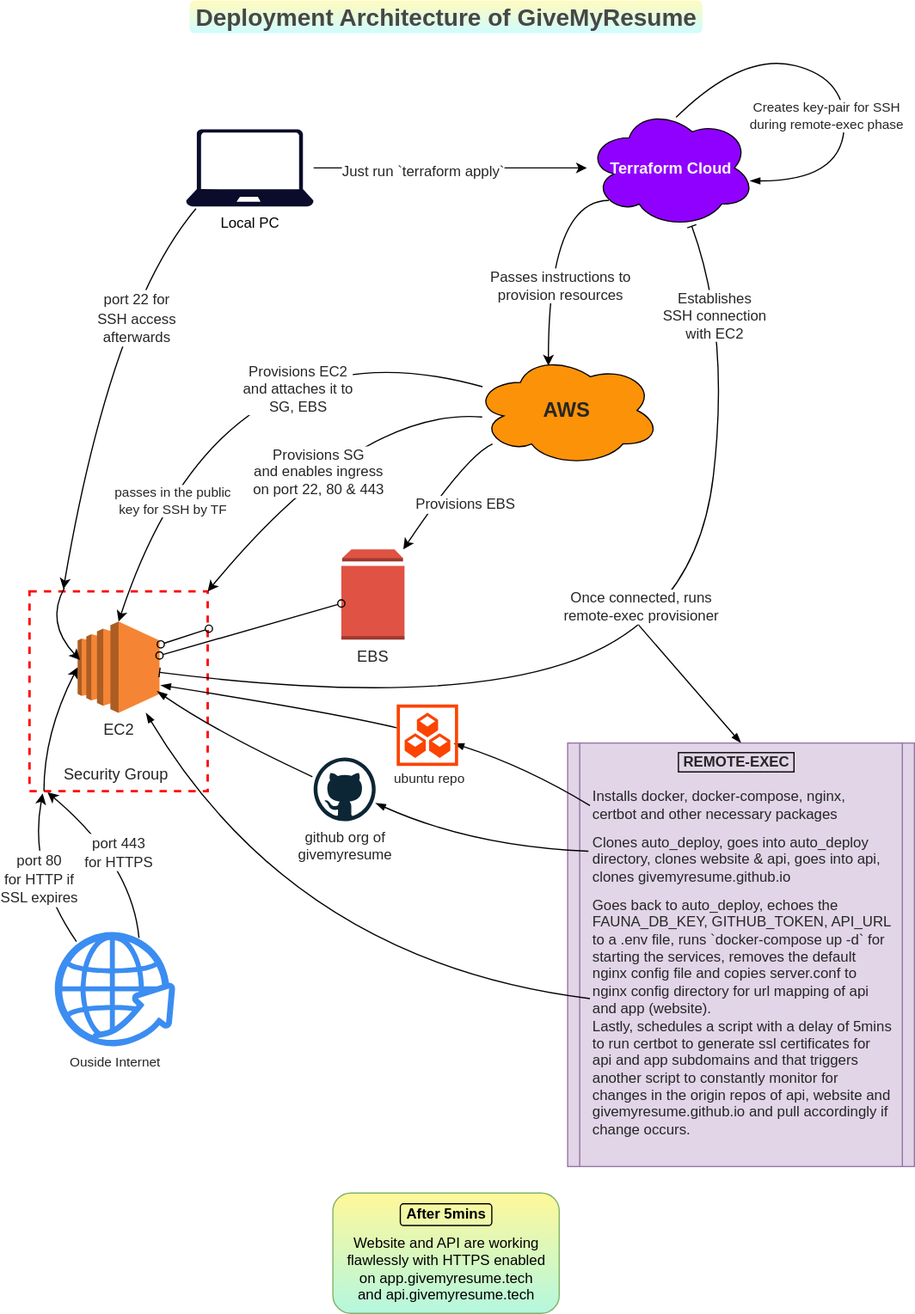
Earlier version of the draw.io export deployment-architecture.svg (givemyresume/doc). Source tidied: cells renumbered, new cells last; positions are measured from the earlier drawing's top-left corner, leaving out a move shared by most shapes.
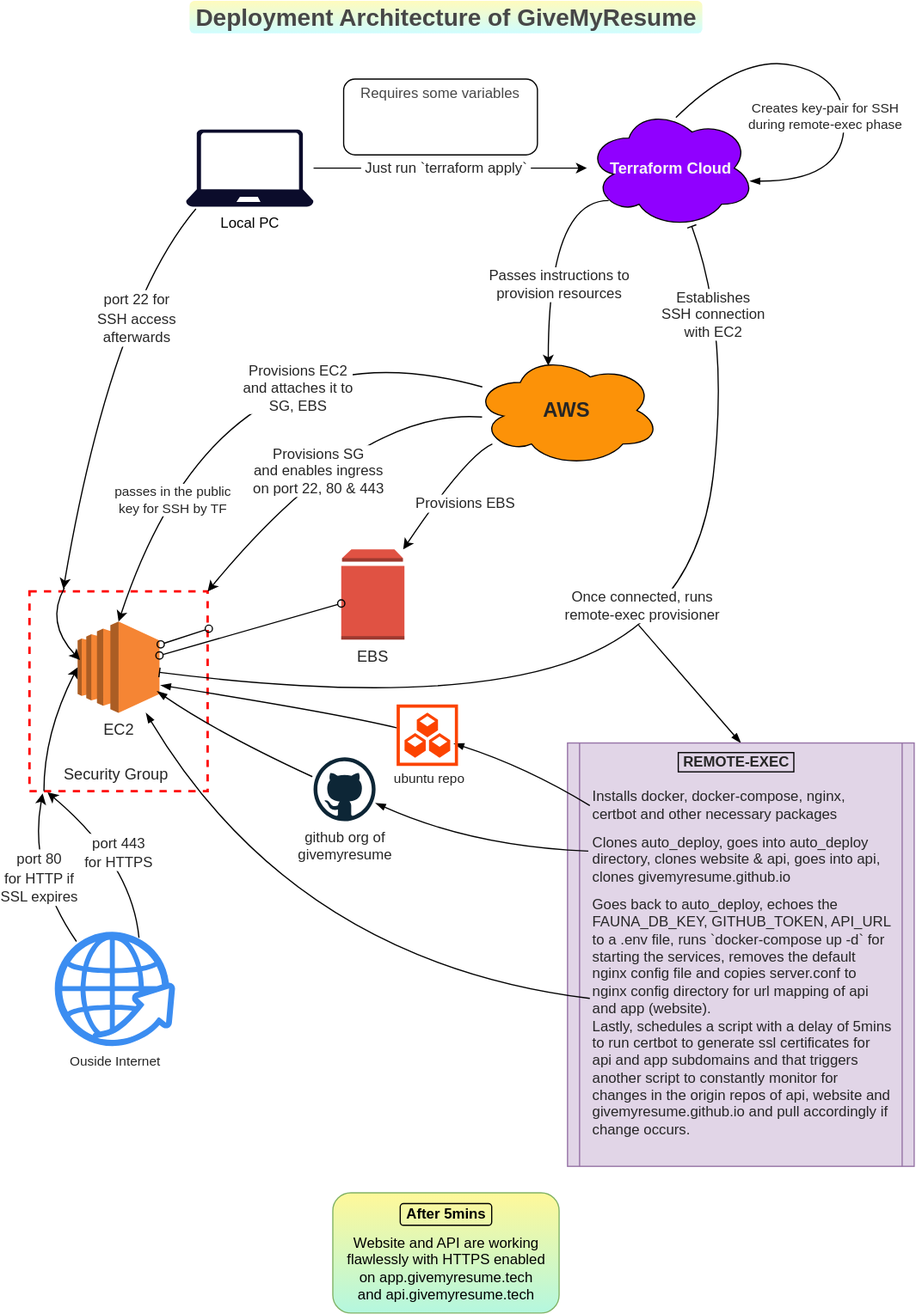
Later version of the same file.

What changed in the source:
```diff
@@ -43,8 +43,10 @@
     <mxCell id="10" style="edgeStyle=orthogonalEdgeStyle;jettySize=auto;html=1;strokeColor=default;curved=1;" parent="1" edge="1" source="12" target="21">
       <mxGeometry relative="1" as="geometry" />
     </mxCell>
-    <mxCell id="11" value="Just run `terraform apply`" style="edgeLabel;html=1;align=center;verticalAlign=middle;fontSize=12;fontColor=#262626;" parent="10" vertex="1">
-      <mxGeometry x="-0.2" y="-2" relative="1" as="geometry" />
+    <mxCell id="11" value="&amp;nbsp;Just run `terraform apply`&amp;nbsp;" style="edgeLabel;html=1;align=center;verticalAlign=middle;fontSize=12;fontColor=#262626;" parent="10" vertex="1">
+      <mxGeometry x="-0.2" y="-2" relative="1" as="geometry">
+        <mxPoint x="19" y="-2" as="offset" />
+      </mxGeometry>
     </mxCell>
     <mxCell id="12" value="Local PC" style="verticalLabelPosition=bottom;html=1;verticalAlign=top;align=center;strokeColor=none;fillColor=#0B0C2B;shape=mxgraph.azure.laptop;" parent="1" vertex="1">
       <mxGeometry x="131" y="107" width="106" height="64" as="geometry" />
@@ -261,5 +263,11 @@
     <mxCell id="53" value="&lt;span style=&quot;font-size: 12px&quot;&gt;Website and API are working &lt;br&gt;flawlessly with HTTPS enabled &lt;br&gt;on app.givemyresume.tech &lt;br&gt;and api.givemyresume.tech&lt;/span&gt;" style="text;html=1;align=center;verticalAlign=middle;strokeColor=none;fillColor=none;fontSize=1;" parent="1" vertex="1">
       <mxGeometry x="259.2" y="1044" width="175" height="20" as="geometry" />
     </mxCell>
+    <mxCell id="54" style="rounded=1;whiteSpace=wrap;html=1;shadow=0;glass=0;labelBackgroundColor=#ffffff;labelBorderColor=default;fontSize=2;fontColor=#474747;strokeColor=default;strokeWidth=0;fillColor=default;gradientColor=none;gradientDirection=north;" parent="1" vertex="1">
+      <mxGeometry x="262" y="65" width="161" height="63" as="geometry" />
+    </mxCell>
+    <mxCell id="55" value="Requires some variables" style="text;html=1;strokeColor=none;fillColor=none;align=center;verticalAlign=middle;whiteSpace=wrap;rounded=0;shadow=0;glass=0;labelBackgroundColor=#ffffff;labelBorderColor=none;fontSize=12;fontColor=#474747;strokeWidth=11;" parent="1" vertex="1">
+      <mxGeometry x="273" y="65" width="139" height="23" as="geometry" />
+    </mxCell>
   </root>
 </mxGraphModel>
```
